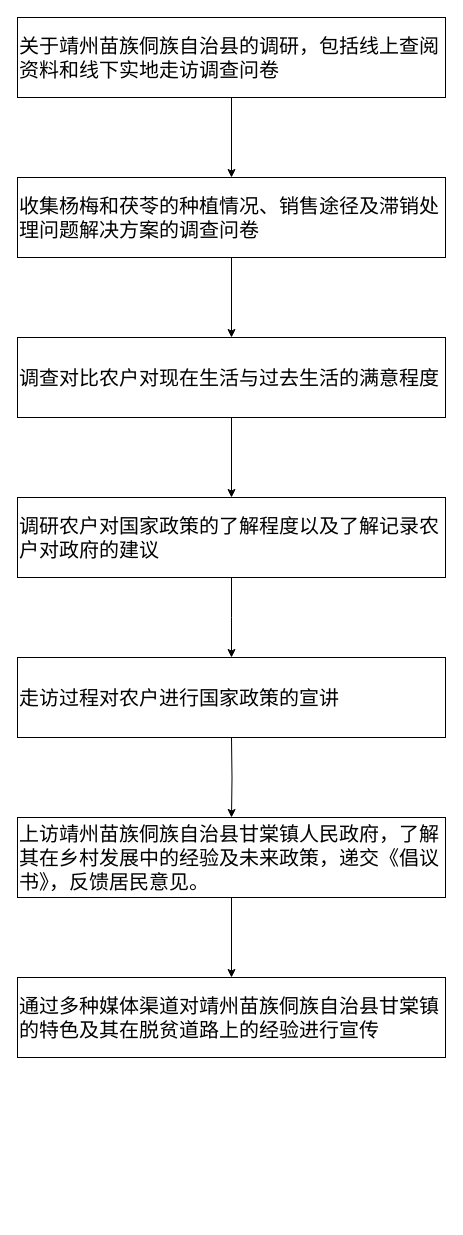
xiaoJ136/myDrawio keeps this draw.io diagram as 甘棠镇实践流程图.drawio. Above is the earlier version. Source tidied: cells renumbered, new cells numbered last; positions are measured from the earlier drawing's top-left corner, leaving out a move shared by most shapes. Both pictures are drawn from the tidied source at 100%, with x=0, y=0 at pixel (17, 17).
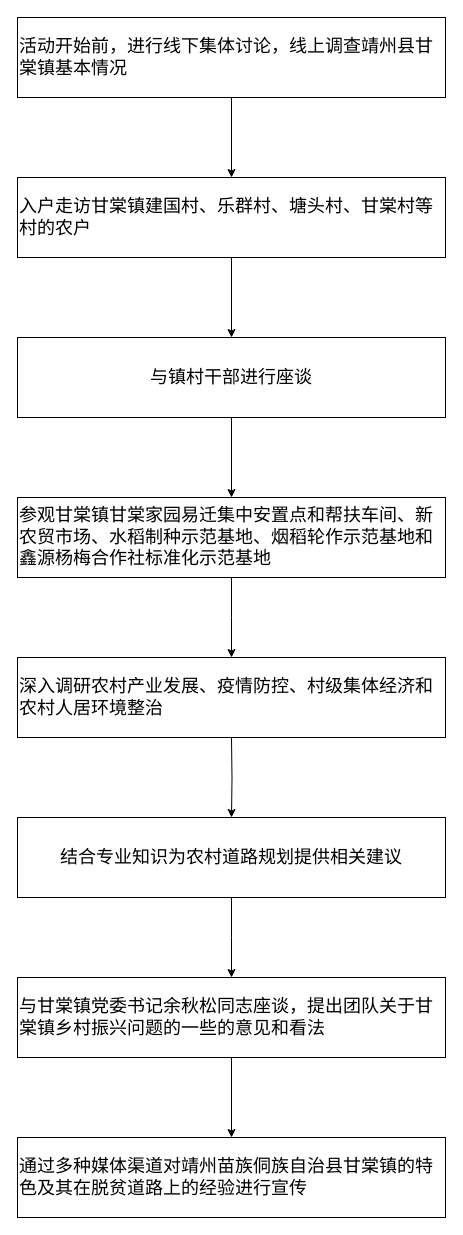
After the change.

Commit message:
更新甘棠镇实践流程图.drawio

Change to the diagram source:
```diff
@@
 <mxGraphModel>
   <root>
     <mxCell id="0" />
     <mxCell id="1" parent="0" />
-    <mxCell id="2" style="edgeStyle=orthogonalEdgeStyle;rounded=0;jettySize=auto;html=1;fontSize=20;align=left;fontFamily=Helvetica;labelPosition=center;verticalLabelPosition=middle;verticalAlign=middle;" parent="1" edge="1" source="3" target="5">
+    <mxCell id="2" style="edgeStyle=orthogonalEdgeStyle;rounded=0;jettySize=auto;html=1;fontSize=18;align=left;fontFamily=Helvetica;labelPosition=center;verticalLabelPosition=middle;verticalAlign=middle;" parent="1" edge="1" source="3" target="5">
       <mxGeometry relative="1" as="geometry" />
     </mxCell>
-    <mxCell id="3" value="&lt;span style=&quot;font-size: 20px;&quot;&gt;关于靖州苗族侗族自治县的调研，&lt;/span&gt;&lt;span style=&quot;font-size: 20px;&quot;&gt;包括线上查阅资料和线下实地走访调查问卷&lt;/span&gt;" style="rounded=0;whiteSpace=wrap;html=1;fontSize=20;align=left;fontFamily=Helvetica;labelPosition=center;verticalLabelPosition=middle;verticalAlign=middle;" parent="1" vertex="1">
+    <mxCell id="3" value="&lt;span style=&quot;font-size: 18px;&quot;&gt;活动开始前，进行线下集体讨论，线上调查靖州县甘棠镇基本情况&lt;/span&gt;" style="rounded=0;whiteSpace=wrap;html=1;fontSize=18;align=left;fontFamily=Helvetica;labelPosition=center;verticalLabelPosition=middle;verticalAlign=middle;" parent="1" vertex="1">
       <mxGeometry width="428" height="80" as="geometry" />
     </mxCell>
-    <mxCell id="4" style="edgeStyle=orthogonalEdgeStyle;rounded=0;jettySize=auto;html=1;fontSize=20;fontFamily=Helvetica;align=left;labelPosition=center;verticalLabelPosition=middle;verticalAlign=middle;" parent="1" edge="1" source="5" target="7">
+    <mxCell id="4" style="edgeStyle=orthogonalEdgeStyle;rounded=0;jettySize=auto;html=1;fontSize=18;fontFamily=Helvetica;align=left;labelPosition=center;verticalLabelPosition=middle;verticalAlign=middle;" parent="1" edge="1" source="5" target="7">
       <mxGeometry relative="1" as="geometry" />
     </mxCell>
-    <mxCell id="5" value="&lt;p style=&quot;font-size: 20px;&quot; class=&quot;MsoNormal&quot;&gt;&lt;span style=&quot;font-size: 20px;&quot;&gt;收集杨梅和茯苓的种植情况、销售途径及滞销处理问题解决方案的调查问卷&lt;span lang=&quot;EN-US&quot; style=&quot;font-size: 20px;&quot;&gt;&lt;/span&gt;&lt;/span&gt;&lt;/p&gt;" style="rounded=0;whiteSpace=wrap;html=1;fontSize=20;align=left;fontFamily=Helvetica;labelPosition=center;verticalLabelPosition=middle;verticalAlign=middle;" parent="1" vertex="1">
+    <mxCell id="5" value="&lt;p style=&quot;font-size: 18px;&quot; class=&quot;MsoNormal&quot;&gt;&lt;span style=&quot;font-size: 18px;&quot;&gt;入户走访甘棠镇建国村、乐群村、塘头村、甘棠村等村的农户&lt;/span&gt;&lt;br style=&quot;font-size: 18px;&quot;&gt;&lt;/p&gt;" style="rounded=0;whiteSpace=wrap;html=1;fontSize=18;align=left;fontFamily=Helvetica;labelPosition=center;verticalLabelPosition=middle;verticalAlign=middle;" parent="1" vertex="1">
       <mxGeometry y="160" width="428" height="80" as="geometry" />
     </mxCell>
-    <mxCell id="6" style="edgeStyle=orthogonalEdgeStyle;rounded=0;jettySize=auto;html=1;fontFamily=Helvetica;fontSize=20;align=left;labelPosition=center;verticalLabelPosition=middle;verticalAlign=middle;" parent="1" edge="1" source="7" target="9">
+    <mxCell id="6" style="edgeStyle=orthogonalEdgeStyle;rounded=0;jettySize=auto;html=1;fontFamily=Helvetica;fontSize=18;align=left;labelPosition=center;verticalLabelPosition=middle;verticalAlign=middle;" parent="1" edge="1" source="7" target="9">
       <mxGeometry relative="1" as="geometry" />
     </mxCell>
-    <mxCell id="7" value="&lt;font style=&quot;font-size: 20px;&quot;&gt;调查对比&lt;span style=&quot;background-color: initial; font-size: 20px;&quot;&gt;农户对现在生活与过去生活的满意程度&lt;/span&gt;&lt;/font&gt;&lt;span style=&quot;font-size: 20px;&quot;&gt;&lt;br style=&quot;font-size: 20px;&quot;&gt;&lt;/span&gt;" style="rounded=0;whiteSpace=wrap;html=1;fontSize=20;align=left;fontFamily=Helvetica;labelPosition=center;verticalLabelPosition=middle;verticalAlign=middle;" parent="1" vertex="1">
+    <mxCell id="7" value="&lt;span style=&quot;font-size: 18px;&quot;&gt;与镇村干部进行座谈&lt;/span&gt;&lt;span style=&quot;font-size: 18px;&quot;&gt;&lt;br style=&quot;font-size: 18px;&quot;&gt;&lt;/span&gt;" style="rounded=0;whiteSpace=wrap;html=1;fontSize=18;align=center;fontFamily=Helvetica;labelPosition=center;verticalLabelPosition=middle;verticalAlign=middle;" parent="1" vertex="1">
       <mxGeometry y="320" width="428" height="80" as="geometry" />
     </mxCell>
-    <mxCell id="8" style="edgeStyle=orthogonalEdgeStyle;rounded=0;jettySize=auto;html=1;fontFamily=Helvetica;fontSize=20;align=left;labelPosition=center;verticalLabelPosition=middle;verticalAlign=middle;" parent="1" edge="1" source="9">
+    <mxCell id="8" style="edgeStyle=orthogonalEdgeStyle;rounded=0;jettySize=auto;html=1;fontFamily=Helvetica;fontSize=18;align=left;labelPosition=center;verticalLabelPosition=middle;verticalAlign=middle;" parent="1" edge="1" source="9">
       <mxGeometry relative="1" as="geometry">
         <mxPoint x="214" y="640" as="targetPoint" />
       </mxGeometry>
     </mxCell>
-    <mxCell id="9" value="&lt;span style=&quot;font-size: 20px; font-family: 仿宋_GB2312;&quot;&gt;调研农户对国家政策的了解程度以及了解记录农户对政府的建议&lt;/span&gt;&lt;span style=&quot;font-size: 20px;&quot;&gt;&lt;br style=&quot;font-size: 20px;&quot;&gt;&lt;/span&gt;" style="rounded=0;whiteSpace=wrap;html=1;fontSize=20;align=left;fontFamily=Helvetica;labelPosition=center;verticalLabelPosition=middle;verticalAlign=middle;" parent="1" vertex="1">
+    <mxCell id="9" value="&lt;span style=&quot;font-size: 18px;&quot;&gt;参观甘棠镇甘棠家园易迁集中安置点和帮扶车间、新农贸市场、水稻制种示范基地、烟稻轮作示范基地和鑫源杨梅合作社标准化示范基地&lt;/span&gt;&lt;span style=&quot;font-size: 18px;&quot;&gt;&lt;br style=&quot;font-size: 18px;&quot;&gt;&lt;/span&gt;" style="rounded=0;whiteSpace=wrap;html=1;fontSize=18;align=left;fontFamily=Helvetica;labelPosition=center;verticalLabelPosition=middle;verticalAlign=middle;" parent="1" vertex="1">
       <mxGeometry y="480" width="428" height="80" as="geometry" />
     </mxCell>
-    <mxCell id="10" style="edgeStyle=orthogonalEdgeStyle;rounded=0;jettySize=auto;html=1;fontFamily=Helvetica;fontSize=20;align=left;labelPosition=center;verticalLabelPosition=middle;verticalAlign=middle;" parent="1" edge="1" target="12">
+    <mxCell id="10" style="edgeStyle=orthogonalEdgeStyle;rounded=0;jettySize=auto;html=1;fontFamily=Helvetica;fontSize=18;align=left;labelPosition=center;verticalLabelPosition=middle;verticalAlign=middle;" parent="1" edge="1" target="12">
       <mxGeometry relative="1" as="geometry">
         <mxPoint x="214" y="720" as="sourcePoint" />
       </mxGeometry>
     </mxCell>
-    <mxCell id="11" style="edgeStyle=orthogonalEdgeStyle;rounded=0;jettySize=auto;html=1;fontFamily=Helvetica;fontSize=20;labelPosition=center;verticalLabelPosition=middle;align=left;verticalAlign=middle;" parent="1" edge="1" source="12" target="14">
-      <mxGeometry relative="1" as="geometry" />
+    <mxCell id="11" style="edgeStyle=orthogonalEdgeStyle;rounded=0;jettySize=auto;html=1;fontFamily=Helvetica;fontSize=18;labelPosition=center;verticalLabelPosition=middle;align=left;verticalAlign=middle;" parent="1" edge="1" source="12">
+      <mxGeometry relative="1" as="geometry">
+        <mxPoint x="214" y="960" as="targetPoint" />
+      </mxGeometry>
     </mxCell>
-    <mxCell id="12" value="&lt;span style=&quot;font-size: 20px; font-family: 仿宋_GB2312;&quot;&gt;上访靖州苗族侗族自治县甘棠镇人民政府，了解其在乡村发展中的经验及未来政策，递交《倡议书》，反馈居民意见。&lt;/span&gt;&lt;span style=&quot;font-size: 20px;&quot;&gt;&lt;br style=&quot;font-size: 20px;&quot;&gt;&lt;/span&gt;" style="rounded=0;whiteSpace=wrap;html=1;fontSize=20;align=left;fontFamily=Helvetica;labelPosition=center;verticalLabelPosition=middle;verticalAlign=middle;" parent="1" vertex="1">
+    <mxCell id="12" value="&lt;div style=&quot;font-size: 18px;&quot;&gt;&lt;span style=&quot;background-color: initial; font-size: 18px;&quot;&gt;结合专业知识为农村道路规划提供相关建议&lt;/span&gt;&lt;/div&gt;" style="rounded=0;whiteSpace=wrap;html=1;fontSize=18;align=center;fontFamily=Helvetica;labelPosition=center;verticalLabelPosition=middle;verticalAlign=middle;" parent="1" vertex="1">
       <mxGeometry y="800" width="428" height="80" as="geometry" />
     </mxCell>
-    <mxCell id="13" value="&lt;span style=&quot;font-size: 20px; font-family: 仿宋_GB2312;&quot;&gt;走访过程对农户进行国家政策的宣讲&lt;/span&gt;&lt;span style=&quot;font-size: 20px;&quot;&gt;&lt;br style=&quot;font-size: 20px;&quot;&gt;&lt;/span&gt;" style="rounded=0;whiteSpace=wrap;html=1;fontSize=20;align=left;fontFamily=Helvetica;labelPosition=center;verticalLabelPosition=middle;verticalAlign=middle;" parent="1" vertex="1">
+    <mxCell id="13" value="&lt;span style=&quot;font-size: 18px;&quot;&gt;深入调研农村产业发展、疫情防控、村级集体经济和农村人居环境整治&lt;/span&gt;&lt;span style=&quot;font-size: 18px;&quot;&gt;&lt;br style=&quot;font-size: 18px;&quot;&gt;&lt;/span&gt;" style="rounded=0;whiteSpace=wrap;html=1;fontSize=18;align=left;fontFamily=Helvetica;labelPosition=center;verticalLabelPosition=middle;verticalAlign=middle;" parent="1" vertex="1">
       <mxGeometry y="640" width="428" height="80" as="geometry" />
     </mxCell>
+    <mxCell id="15" style="edgeStyle=orthogonalEdgeStyle;rounded=0;orthogonalLoop=1;jettySize=auto;html=1;fontFamily=Helvetica;fontSize=18;" parent="1" edge="1">
+      <mxGeometry relative="1" as="geometry">
+        <mxPoint x="214" y="1040" as="sourcePoint" />
+        <mxPoint x="214" y="1120" as="targetPoint" />
+      </mxGeometry>
+    </mxCell>
-    <mxCell id="14" value="&lt;span style=&quot;font-size: 20px; font-family: 仿宋_GB2312;&quot;&gt;通过多种媒体渠道对靖州苗族侗族自治县甘棠镇的特色及其在脱贫道路上的经验进行宣传&lt;/span&gt;&lt;span style=&quot;font-size: 20px;&quot;&gt;&lt;br style=&quot;font-size: 20px;&quot;&gt;&lt;/span&gt;" style="rounded=0;whiteSpace=wrap;html=1;fontSize=20;align=left;fontFamily=Helvetica;labelPosition=center;verticalLabelPosition=middle;verticalAlign=middle;" parent="1" vertex="1">
-      <mxGeometry y="960" width="428" height="80" as="geometry" />
+    <mxCell id="14" value="&lt;span style=&quot;font-size: 18px;&quot;&gt;通过多种媒体渠道对靖州苗族侗族自治县甘棠镇的特色及其在脱贫道路上的经验进行宣传&lt;/span&gt;&lt;span style=&quot;font-size: 18px;&quot;&gt;&lt;br style=&quot;font-size: 18px;&quot;&gt;&lt;/span&gt;" style="rounded=0;whiteSpace=wrap;html=1;fontSize=18;align=left;fontFamily=Helvetica;labelPosition=center;verticalLabelPosition=middle;verticalAlign=middle;" parent="1" vertex="1">
+      <mxGeometry y="1120" width="428" height="80" as="geometry" />
     </mxCell>
+    <mxCell id="16" value="&lt;span style=&quot;font-size: 18px;&quot;&gt;与甘棠镇党委书记余秋松同志座谈，提出团队&lt;/span&gt;&lt;span style=&quot;font-size: 18px;&quot;&gt;关于甘棠镇乡村振兴问题的一些的意见和看法&lt;/span&gt;&lt;span style=&quot;font-size: 18px;&quot;&gt;&lt;br style=&quot;font-size: 18px;&quot;&gt;&lt;/span&gt;" style="rounded=0;whiteSpace=wrap;html=1;fontSize=18;align=left;fontFamily=Helvetica;labelPosition=center;verticalLabelPosition=middle;verticalAlign=middle;" parent="1" vertex="1">
+      <mxGeometry y="960" width="428" height="80" as="geometry" />
+    </mxCell>
   </root>
 </mxGraphModel>
```
